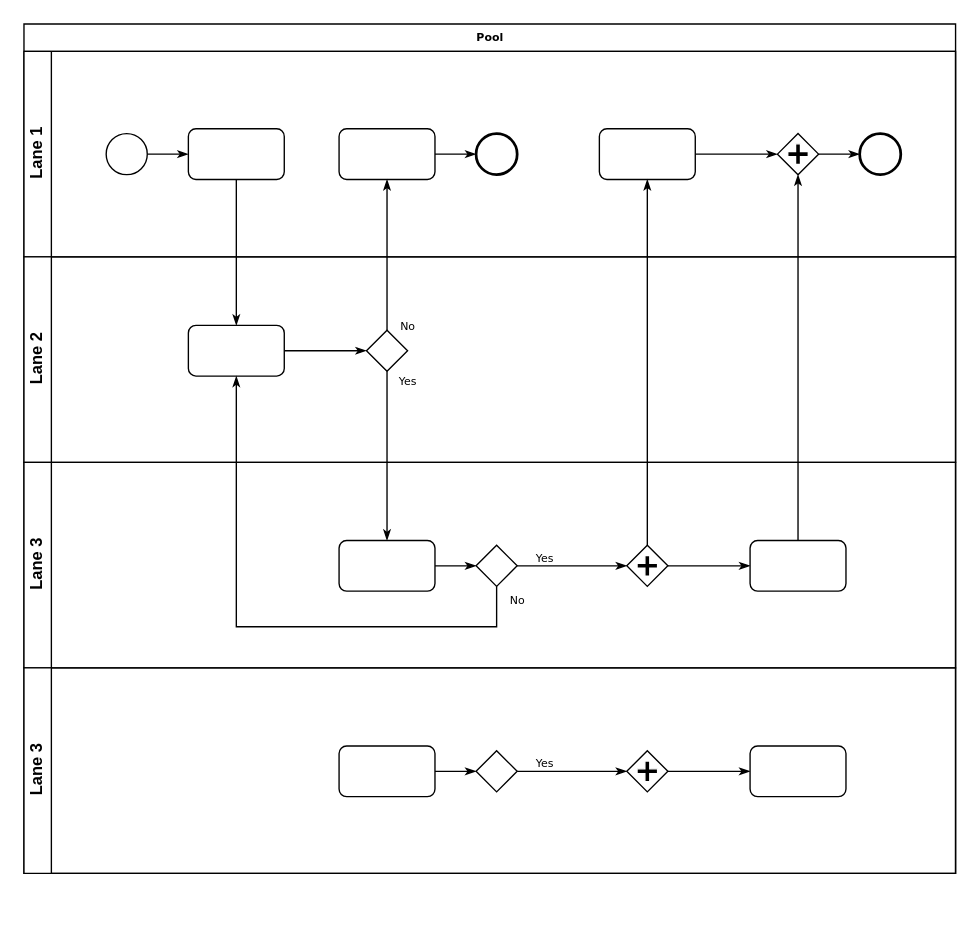
The draw.io diagram CMI.drawio in paulchicaiza/tics, before the edit. Source tidied: cells renumbered, new cells numbered last; positions are measured from the earlier drawing's top-left corner, leaving out a move shared by most shapes. Both pictures are drawn from the tidied source at 137%, with x=0, y=0 at pixel (23, 23).
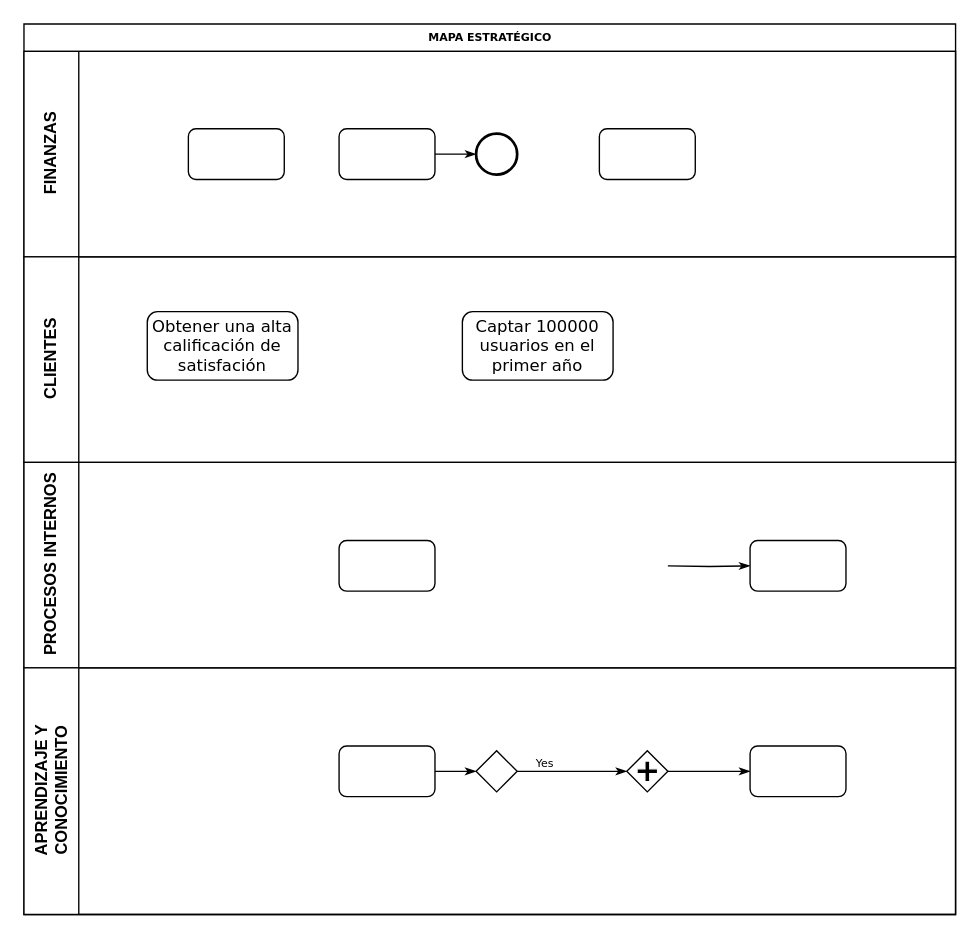
After the change.

Unchanged cells that the change refers to:
```xml
<mxCell id="6" style="rounded=1;whiteSpace=wrap;html=1;shadow=0;labelBackgroundColor=none;strokeWidth=1;fontFamily=Verdana;fontSize=8;align=center;" parent="3" vertex="1">
  <mxGeometry x="120" y="56.5" width="70" height="37" as="geometry" />
</mxCell>
<mxCell id="8" style="rounded=1;whiteSpace=wrap;html=1;shadow=0;labelBackgroundColor=none;strokeWidth=1;fontFamily=Verdana;fontSize=8;align=center;" parent="3" vertex="1">
  <mxGeometry x="230" y="56.5" width="70" height="37" as="geometry" />
</mxCell>
<mxCell id="11" style="rounded=1;whiteSpace=wrap;html=1;shadow=0;labelBackgroundColor=none;strokeWidth=1;fontFamily=Verdana;fontSize=8;align=center;" parent="3" vertex="1">
  <mxGeometry x="420" y="56.5" width="70" height="37" as="geometry" />
</mxCell>
<mxCell id="21" style="rounded=1;whiteSpace=wrap;html=1;shadow=0;labelBackgroundColor=none;strokeWidth=1;fontFamily=Verdana;fontSize=8;align=center;" parent="19" vertex="1">
  <mxGeometry x="230" y="57" width="70" height="37" as="geometry" />
</mxCell>
<mxCell id="26" style="rounded=1;whiteSpace=wrap;html=1;shadow=0;labelBackgroundColor=none;strokeWidth=1;fontFamily=Verdana;fontSize=8;align=center;" parent="19" vertex="1">
  <mxGeometry x="530" y="57" width="70" height="37" as="geometry" />
</mxCell>
```

Diff of the diagram source:
```diff
@@
-    <mxCell id="2" value="Pool" style="swimlane;html=1;horizontal=1;startSize=20;rounded=0;shadow=0;labelBackgroundColor=none;strokeWidth=1;fontFamily=Verdana;fontSize=8;align=center;" parent="1" vertex="1">
-      <mxGeometry width="680" height="620" as="geometry" />
+    <mxCell id="2" value="MAPA ESTRATÉGICO" style="swimlane;html=1;horizontal=1;startSize=20;rounded=0;shadow=0;labelBackgroundColor=none;strokeWidth=1;fontFamily=Verdana;fontSize=8;align=center;" parent="1" vertex="1">
+      <mxGeometry width="680" height="650" as="geometry" />
     </mxCell>
-    <mxCell id="3" value="Lane 1" style="swimlane;html=1;startSize=20;horizontal=0;" parent="2" vertex="1">
+    <mxCell id="3" value="&lt;div&gt;FINANZAS&lt;/div&gt;" style="swimlane;html=1;startSize=40;horizontal=0;" parent="2" vertex="1">
       <mxGeometry y="20" width="680" height="150" as="geometry" />
     </mxCell>
-    <mxCell id="4" style="edgeStyle=orthogonalEdgeStyle;rounded=0;html=1;labelBackgroundColor=none;startArrow=none;startFill=0;startSize=5;endArrow=classicThin;endFill=1;endSize=5;jettySize=auto;strokeWidth=1;fontFamily=Verdana;fontSize=8;" parent="3" edge="1" source="5" target="6">
-      <mxGeometry relative="1" as="geometry" />
-    </mxCell>
-    <mxCell id="5" style="ellipse;whiteSpace=wrap;html=1;rounded=0;shadow=0;labelBackgroundColor=none;strokeWidth=1;fontFamily=Verdana;fontSize=8;align=center;" parent="3" vertex="1">
-      <mxGeometry x="60" y="60" width="30" height="30" as="geometry" />
-    </mxCell>
@@
-    <mxCell id="10" style="edgeStyle=orthogonalEdgeStyle;rounded=0;html=1;entryX=0;entryY=0.5;labelBackgroundColor=none;startArrow=none;startFill=0;startSize=5;endArrow=classicThin;endFill=1;endSize=5;jettySize=auto;strokeWidth=1;fontFamily=Verdana;fontSize=8;" parent="3" edge="1" source="11" target="13">
-      <mxGeometry relative="1" as="geometry" />
-    </mxCell>
@@
-    <mxCell id="12" style="edgeStyle=orthogonalEdgeStyle;rounded=0;html=1;labelBackgroundColor=none;startArrow=none;startFill=0;startSize=5;endArrow=classicThin;endFill=1;endSize=5;jettySize=auto;strokeWidth=1;fontFamily=Verdana;fontSize=8;" parent="3" edge="1" source="13" target="14">
-      <mxGeometry relative="1" as="geometry" />
-    </mxCell>
-    <mxCell id="13" style="shape=mxgraph.bpmn.shape;html=1;verticalLabelPosition=bottom;labelBackgroundColor=#ffffff;verticalAlign=top;perimeter=rhombusPerimeter;background=gateway;outline=none;symbol=parallelGw;rounded=1;shadow=0;strokeWidth=1;fontFamily=Verdana;fontSize=8;align=center;" parent="3" vertex="1">
-      <mxGeometry x="550" y="60" width="30" height="30" as="geometry" />
-    </mxCell>
-    <mxCell id="14" style="ellipse;whiteSpace=wrap;html=1;rounded=0;shadow=0;labelBackgroundColor=none;strokeWidth=2;fontFamily=Verdana;fontSize=8;align=center;" parent="3" vertex="1">
-      <mxGeometry x="610" y="60" width="30" height="30" as="geometry" />
-    </mxCell>
-    <mxCell id="15" value="Lane 2" style="swimlane;html=1;startSize=20;horizontal=0;" parent="2" vertex="1">
+    <mxCell id="15" value="CLIENTES" style="swimlane;html=1;startSize=40;horizontal=0;" parent="2" vertex="1">
       <mxGeometry y="170" width="680" height="150" as="geometry" />
     </mxCell>
-    <mxCell id="16" style="edgeStyle=orthogonalEdgeStyle;rounded=0;html=1;labelBackgroundColor=none;startArrow=none;startFill=0;startSize=5;endArrow=classicThin;endFill=1;endSize=5;jettySize=auto;strokeWidth=1;fontFamily=Verdana;fontSize=8;" parent="15" edge="1" source="17" target="18">
-      <mxGeometry relative="1" as="geometry" />
-    </mxCell>
-    <mxCell id="17" style="rounded=1;whiteSpace=wrap;html=1;shadow=0;labelBackgroundColor=none;strokeWidth=1;fontFamily=Verdana;fontSize=8;align=center;" parent="15" vertex="1">
-      <mxGeometry x="120" y="50" width="70" height="37" as="geometry" />
+    <mxCell id="17" value="Obtener una alta calificación de satisfación" style="rounded=1;whiteSpace=wrap;html=1;shadow=0;labelBackgroundColor=none;strokeWidth=1;fontFamily=Verdana;fontSize=12;align=center;" parent="15" vertex="1">
+      <mxGeometry x="90" y="40" width="110" height="50" as="geometry" />
     </mxCell>
-    <mxCell id="18" style="strokeWidth=1;html=1;shape=mxgraph.flowchart.decision;whiteSpace=wrap;rounded=1;shadow=0;labelBackgroundColor=none;fontFamily=Verdana;fontSize=8;align=center;" parent="15" vertex="1">
-      <mxGeometry x="250" y="53.5" width="30" height="30" as="geometry" />
-    </mxCell>
+    <mxCell id="41" value="Captar 100000 usuarios en el primer año" style="rounded=1;whiteSpace=wrap;html=1;shadow=0;labelBackgroundColor=none;strokeWidth=1;fontFamily=Verdana;fontSize=12;align=center;" parent="15" vertex="1">
+      <mxGeometry x="320" y="40" width="110" height="50" as="geometry" />
+    </mxCell>
-    <mxCell id="19" value="Lane 3" style="swimlane;html=1;startSize=20;horizontal=0;" parent="2" vertex="1">
+    <mxCell id="19" value="PROCESOS INTERNOS" style="swimlane;html=1;startSize=40;horizontal=0;" parent="2" vertex="1">
       <mxGeometry y="320" width="680" height="150" as="geometry" />
     </mxCell>
-    <mxCell id="20" style="edgeStyle=orthogonalEdgeStyle;rounded=0;html=1;labelBackgroundColor=none;startArrow=none;startFill=0;startSize=5;endArrow=classicThin;endFill=1;endSize=5;jettySize=auto;strokeWidth=1;fontFamily=Verdana;fontSize=8;" parent="19" edge="1" source="21" target="23">
-      <mxGeometry relative="1" as="geometry" />
-    </mxCell>
@@
-    <mxCell id="22" value="Yes" style="edgeStyle=orthogonalEdgeStyle;rounded=0;html=1;entryX=0;entryY=0.5;labelBackgroundColor=none;startArrow=none;startFill=0;startSize=5;endArrow=classicThin;endFill=1;endSize=5;jettySize=auto;strokeWidth=1;fontFamily=Verdana;fontSize=8;" parent="19" edge="1" source="23" target="25">
-      <mxGeometry x="-0.5" y="6" relative="1" as="geometry" />
-    </mxCell>
-    <mxCell id="23" style="strokeWidth=1;html=1;shape=mxgraph.flowchart.decision;whiteSpace=wrap;rounded=1;shadow=0;labelBackgroundColor=none;fontFamily=Verdana;fontSize=8;align=center;" parent="19" vertex="1">
-      <mxGeometry x="330" y="60.5" width="30" height="30" as="geometry" />
-    </mxCell>
-    <mxCell id="24" style="edgeStyle=orthogonalEdgeStyle;rounded=0;html=1;labelBackgroundColor=none;startArrow=none;startFill=0;startSize=5;endArrow=classicThin;endFill=1;endSize=5;jettySize=auto;strokeColor=#000000;strokeWidth=1;fontFamily=Verdana;fontSize=8;fontColor=#000000;" parent="19" edge="1" source="25" target="26">
-      <mxGeometry relative="1" as="geometry" />
+    <mxCell id="24" style="edgeStyle=orthogonalEdgeStyle;rounded=0;html=1;labelBackgroundColor=none;startArrow=none;startFill=0;startSize=5;endArrow=classicThin;endFill=1;endSize=5;jettySize=auto;strokeColor=#000000;strokeWidth=1;fontFamily=Verdana;fontSize=8;fontColor=#000000;" parent="19" edge="1" target="26">
+      <mxGeometry relative="1" as="geometry">
+        <mxPoint x="470" y="75.5" as="sourcePoint" />
+      </mxGeometry>
     </mxCell>
-    <mxCell id="25" style="shape=mxgraph.bpmn.shape;html=1;verticalLabelPosition=bottom;labelBackgroundColor=#ffffff;verticalAlign=top;perimeter=rhombusPerimeter;background=gateway;outline=none;symbol=parallelGw;rounded=1;shadow=0;strokeWidth=1;fontFamily=Verdana;fontSize=8;align=center;" parent="19" vertex="1">
-      <mxGeometry x="440" y="60.5" width="30" height="30" as="geometry" />
-    </mxCell>
@@
-    <mxCell id="27" value="Lane 3" style="swimlane;html=1;startSize=20;horizontal=0;" parent="2" vertex="1">
-      <mxGeometry y="470" width="680" height="150" as="geometry" />
+    <mxCell id="27" value="&lt;div&gt;APRENDIZAJE Y &lt;br&gt;&lt;/div&gt;&lt;div&gt;CONOCIMIENTO&lt;/div&gt;" style="swimlane;html=1;startSize=40;horizontal=0;" parent="2" vertex="1">
+      <mxGeometry y="470" width="680" height="180" as="geometry" />
     </mxCell>
@@
-    <mxCell id="35" style="edgeStyle=orthogonalEdgeStyle;rounded=0;html=1;labelBackgroundColor=none;startArrow=none;startFill=0;startSize=5;endArrow=classicThin;endFill=1;endSize=5;jettySize=auto;strokeWidth=1;fontFamily=Verdana;fontSize=8;" parent="2" edge="1" source="6" target="17">
-      <mxGeometry relative="1" as="geometry" />
-    </mxCell>
-    <mxCell id="36" value="No" style="edgeStyle=orthogonalEdgeStyle;rounded=0;html=1;labelBackgroundColor=none;startArrow=none;startFill=0;startSize=5;endArrow=classicThin;endFill=1;endSize=5;jettySize=auto;strokeWidth=1;fontFamily=Verdana;fontSize=8;" parent="2" edge="1" source="18" target="8">
-      <mxGeometry x="-0.94" y="-15" relative="1" as="geometry" />
-    </mxCell>
-    <mxCell id="37" value="Yes" style="edgeStyle=orthogonalEdgeStyle;rounded=0;html=1;labelBackgroundColor=none;startArrow=none;startFill=0;startSize=5;endArrow=classicThin;endFill=1;endSize=5;jettySize=auto;strokeWidth=1;fontFamily=Verdana;fontSize=8;" parent="2" edge="1" source="18" target="21">
-      <mxGeometry x="-0.89" y="15" relative="1" as="geometry" />
-    </mxCell>
-    <mxCell id="38" style="edgeStyle=orthogonalEdgeStyle;rounded=0;html=1;entryX=0.5;entryY=1;labelBackgroundColor=none;startArrow=none;startFill=0;startSize=5;endArrow=classicThin;endFill=1;endSize=5;jettySize=auto;strokeWidth=1;fontFamily=Verdana;fontSize=8;" parent="2" edge="1" source="26" target="13">
-      <mxGeometry relative="1" as="geometry" />
-    </mxCell>
-    <mxCell id="39" value="No" style="edgeStyle=orthogonalEdgeStyle;rounded=0;html=1;labelBackgroundColor=none;startArrow=none;startFill=0;startSize=5;endArrow=classicThin;endFill=1;endSize=5;jettySize=auto;strokeWidth=1;fontFamily=Verdana;fontSize=8;" parent="2" edge="1" source="23" target="17">
-      <mxGeometry x="-0.95" y="15" relative="1" as="geometry">
-        <Array as="points">
-          <mxPoint x="345" y="440" />
-          <mxPoint x="155" y="440" />
-        </Array>
-      </mxGeometry>
-    </mxCell>
-    <mxCell id="40" style="edgeStyle=orthogonalEdgeStyle;rounded=0;html=1;labelBackgroundColor=none;startArrow=none;startFill=0;startSize=5;endArrow=classicThin;endFill=1;endSize=5;jettySize=auto;strokeWidth=1;fontFamily=Verdana;fontSize=8;" parent="2" edge="1" source="25" target="11">
-      <mxGeometry relative="1" as="geometry" />
-    </mxCell>
```
